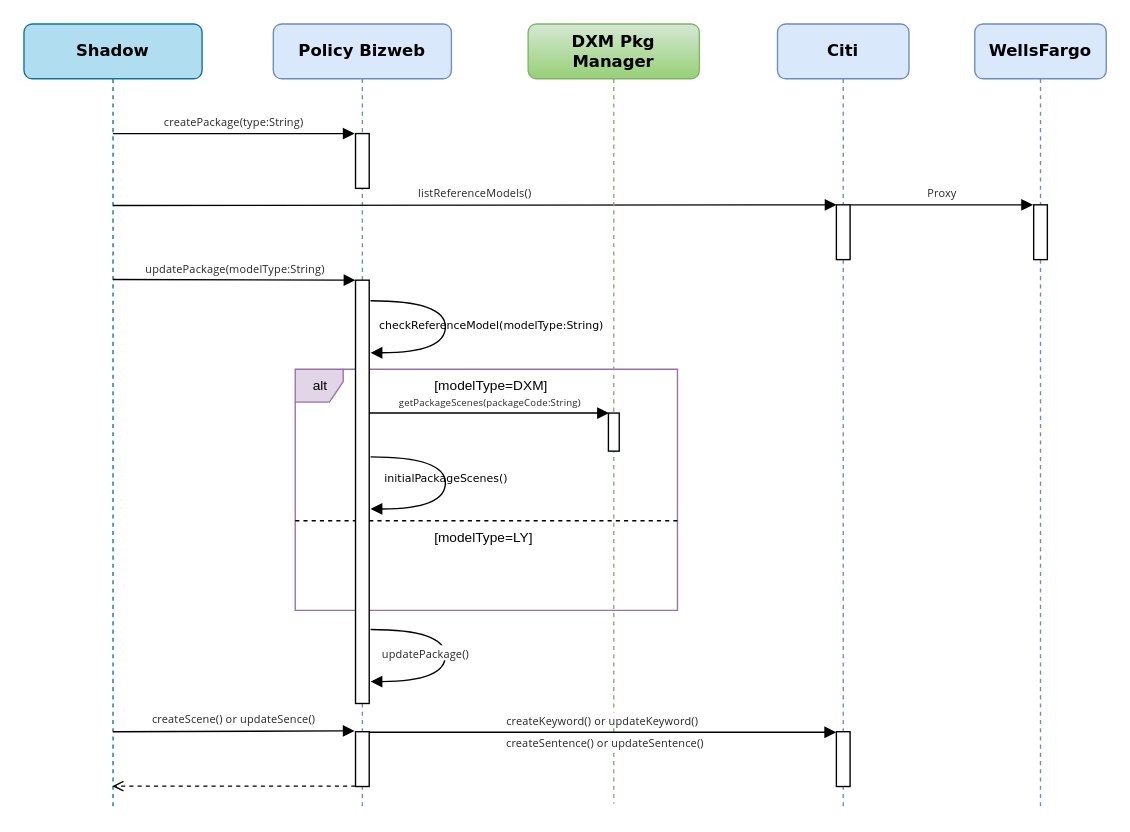
Earlier version of the draw.io diagram leyan/dxm/Sequence Diagram 2.drawio (GeekKwok/UML). Source tidied: cells renumbered, new cells numbered last; positions are measured from the earlier drawing's top-left corner, leaving out a move shared by most shapes. Both pictures are drawn from the tidied source at 137%, with x=0, y=0 at pixel (23, 23).
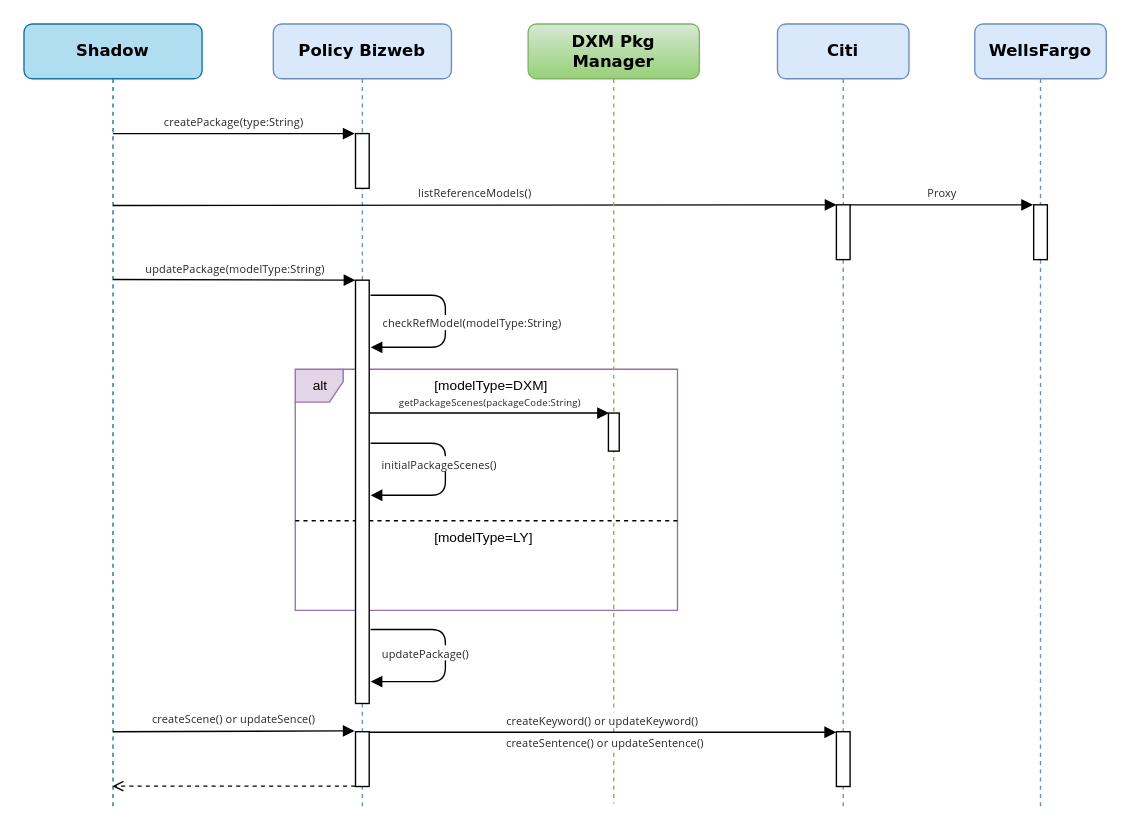
The same page after the edit.

The change refers to these unchanged cells:
```xml
<mxCell id="2" value="&lt;font style=&quot;font-size: 10px&quot;&gt;alt&lt;/font&gt;" style="shape=umlFrame;tabWidth=110;tabHeight=30;tabPosition=left;html=1;boundedLbl=1;labelInHeader=1;width=35;height=24;fillColor=#e1d5e7;strokeColor=#9673a6;" parent="1" vertex="1">
  <mxGeometry x="198" y="252" width="279" height="176" as="geometry" />
</mxCell>
```

Change to the diagram source:
```diff
@@
-    <mxCell id="6" value="&lt;span style=&quot;font-size: 8px&quot;&gt;initialPackageScenes()&lt;/span&gt;" style="html=1;verticalAlign=bottom;endArrow=block;labelBackgroundColor=none;fontFamily=Verdana;fontSize=12;elbow=vertical;edgeStyle=orthogonalEdgeStyle;curved=1;exitX=1.038;exitY=0.345;exitPerimeter=0;" parent="2" edge="1">
-      <mxGeometry x="0.07" relative="1" as="geometry">
-        <mxPoint x="55" y="64" as="sourcePoint" />
-        <mxPoint x="55" y="102" as="targetPoint" />
+    <mxCell id="6" value="&lt;font color=&quot;#262626&quot; face=&quot;chinese quote, segoe ui, roboto, pingfang sc, hiragino sans gb, microsoft yahei, helvetica neue, helvetica, arial, sans-serif, apple color emoji&quot;&gt;&lt;span style=&quot;font-size: 8px ; letter-spacing: 0.12px ; background-color: rgb(255 , 255 , 255)&quot;&gt;initialPackageScenes()&lt;/span&gt;&lt;/font&gt;" style="html=1;verticalAlign=bottom;endArrow=block;labelBackgroundColor=none;fontFamily=Verdana;fontSize=12;elbow=vertical;edgeStyle=orthogonalEdgeStyle;exitX=1.038;exitY=0.345;exitPerimeter=0;rounded=1;" parent="2" edge="1">
+      <mxGeometry x="0.08" y="-5" relative="1" as="geometry">
+        <mxPoint x="55" y="54" as="sourcePoint" />
+        <mxPoint x="55" y="92" as="targetPoint" />
         <Array as="points">
-          <mxPoint x="109.6" y="63.9" />
-          <mxPoint x="109.6" y="101.9" />
+          <mxPoint x="109.6" y="53.9" />
+          <mxPoint x="109.6" y="91.9" />
         </Array>
       </mxGeometry>
     </mxCell>
@@
-    <mxCell id="22" value="&lt;font style=&quot;font-size: 8px&quot;&gt;checkReferenceModel(modelType:String)&lt;/font&gt;" style="html=1;verticalAlign=bottom;endArrow=block;labelBackgroundColor=none;fontFamily=Verdana;fontSize=12;elbow=vertical;edgeStyle=orthogonalEdgeStyle;curved=1;exitX=1.038;exitY=0.345;exitPerimeter=0;" parent="1" edge="1">
-      <mxGeometry x="0.1" y="33" relative="1" as="geometry">
-        <mxPoint x="253" y="202" as="sourcePoint" />
-        <mxPoint x="253" y="240" as="targetPoint" />
-        <Array as="points">
-          <mxPoint x="307.6" y="201.9" />
-          <mxPoint x="307.6" y="239.9" />
-        </Array>
-      </mxGeometry>
-    </mxCell>
@@
-    <mxCell id="25" value="&lt;span style=&quot;color: rgb(38 , 38 , 38) ; font-family: &amp;#34;chinese quote&amp;#34; , &amp;#34;segoe ui&amp;#34; , &amp;#34;roboto&amp;#34; , &amp;#34;pingfang sc&amp;#34; , &amp;#34;hiragino sans gb&amp;#34; , &amp;#34;microsoft yahei&amp;#34; , &amp;#34;helvetica neue&amp;#34; , &amp;#34;helvetica&amp;#34; , &amp;#34;arial&amp;#34; , sans-serif , &amp;#34;apple color emoji&amp;#34; ; font-size: 8px ; letter-spacing: 0.12px ; background-color: rgb(255 , 255 , 255)&quot;&gt;updatePackage()&lt;/span&gt;" style="html=1;verticalAlign=bottom;endArrow=block;labelBackgroundColor=none;fontFamily=Verdana;fontSize=12;elbow=vertical;edgeStyle=orthogonalEdgeStyle;curved=1;exitX=1.038;exitY=0.345;exitPerimeter=0;" parent="1" edge="1">
+    <mxCell id="25" value="&lt;span style=&quot;color: rgb(38 , 38 , 38) ; font-family: &amp;#34;chinese quote&amp;#34; , &amp;#34;segoe ui&amp;#34; , &amp;#34;roboto&amp;#34; , &amp;#34;pingfang sc&amp;#34; , &amp;#34;hiragino sans gb&amp;#34; , &amp;#34;microsoft yahei&amp;#34; , &amp;#34;helvetica neue&amp;#34; , &amp;#34;helvetica&amp;#34; , &amp;#34;arial&amp;#34; , sans-serif , &amp;#34;apple color emoji&amp;#34; ; font-size: 8px ; letter-spacing: 0.12px ; background-color: rgb(255 , 255 , 255)&quot;&gt;updatePackage()&lt;/span&gt;" style="html=1;verticalAlign=bottom;endArrow=block;labelBackgroundColor=none;fontFamily=Verdana;fontSize=12;elbow=vertical;edgeStyle=orthogonalEdgeStyle;exitX=1.038;exitY=0.345;exitPerimeter=0;rounded=1;" parent="1" edge="1">
       <mxGeometry x="0.46" y="-12" relative="1" as="geometry">
         <mxPoint x="253" y="442" as="sourcePoint" />
         <mxPoint x="253" y="480" as="targetPoint" />
         <Array as="points">
           <mxPoint x="307.6" y="441.9" />
           <mxPoint x="307.6" y="479.9" />
         </Array>
       </mxGeometry>
     </mxCell>
@@
+    <mxCell id="30" value="&lt;font color=&quot;#262626&quot; face=&quot;chinese quote, segoe ui, roboto, pingfang sc, hiragino sans gb, microsoft yahei, helvetica neue, helvetica, arial, sans-serif, apple color emoji&quot;&gt;&lt;span style=&quot;font-size: 8px ; letter-spacing: 0.12px ; background-color: rgb(255 , 255 , 255)&quot;&gt;checkRefModel(modelType:String)&lt;/span&gt;&lt;/font&gt;" style="html=1;verticalAlign=bottom;endArrow=block;labelBackgroundColor=none;fontFamily=Verdana;fontSize=12;elbow=vertical;edgeStyle=orthogonalEdgeStyle;exitX=1.038;exitY=0.345;exitPerimeter=0;rounded=1;" parent="1" edge="1">
+      <mxGeometry x="0.14" y="19" relative="1" as="geometry">
+        <mxPoint x="253" y="198" as="sourcePoint" />
+        <mxPoint x="253" y="236" as="targetPoint" />
+        <Array as="points">
+          <mxPoint x="307.6" y="197.9" />
+          <mxPoint x="307.6" y="235.9" />
+        </Array>
+      </mxGeometry>
+    </mxCell>
```
